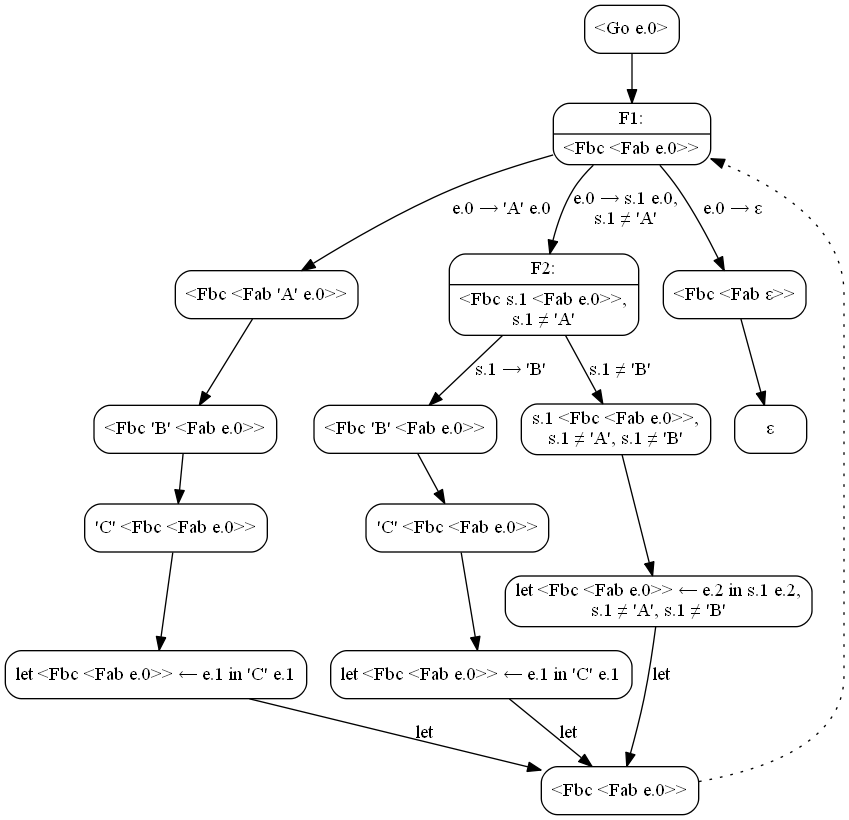
Above: pics/3000-fab-fbc.png in Mazdaywik/mazdaywik.github.io (Graphviz), before the change. Its source is kept beside it as pics/3000-fab-fbc.dot.
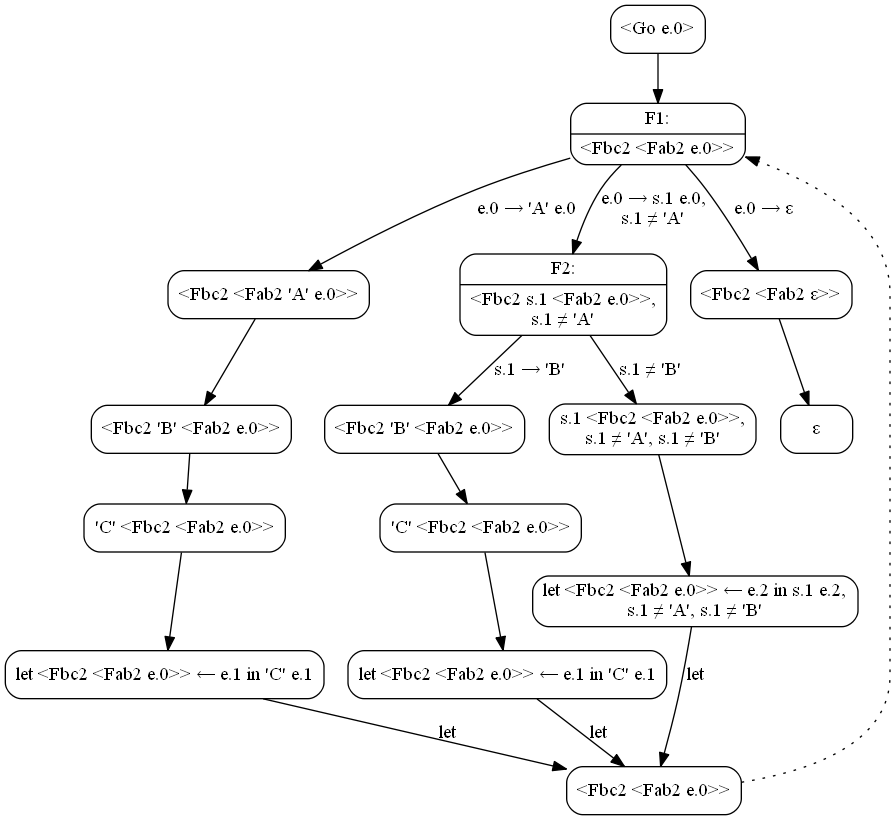
The same file after the commit.

Change to the diagram source:
```diff
@@ -2,34 +2,34 @@
   node [shape=box, style=rounded];
 
   C0 [label="<Go e.0>"];
-  C1 [shape=record, label="{F1:|\<Fbc \<Fab e.0\>\>}"];
+  C1 [shape=record, label="{F1:|\<Fbc2 \<Fab2 e.0\>\>}"];
   C0 -> C1;
-  C2 [label="<Fbc <Fab 'A' e.0>>"];
+  C2 [label="<Fbc2 <Fab2 'A' e.0>>"];
   C1 -> C2 [label="e.0 → 'A' e.0"];
-  C3 [label="<Fbc 'B' <Fab e.0>>"];
+  C3 [label="<Fbc2 'B' <Fab2 e.0>>"];
   C2 -> C3;
-  C4 [label="'C' <Fbc <Fab e.0>>"];
+  C4 [label="'C' <Fbc2 <Fab2 e.0>>"];
   C3 -> C4;
-  C5 [label="let <Fbc <Fab e.0>> ← e.1 in 'C' e.1"];
+  C5 [label="let <Fbc2 <Fab2 e.0>> ← e.1 in 'C' e.1"];
   C4 -> C5;
-  C6 [label="<Fbc <Fab e.0>>"];
+  C6 [label="<Fbc2 <Fab2 e.0>>"];
   C5 -> C6 [label="let"];
   C6 -> C1 [style="dotted"];
-  C7 [shape=record, label="{F2:|\<Fbc s.1 \<Fab e.0\>\>,\ns.1 ≠ 'A'}"];
+  C7 [shape=record, label="{F2:|\<Fbc2 s.1 \<Fab2 e.0\>\>,\ns.1 ≠ 'A'}"];
   C1 -> C7 [label="e.0 → s.1 e.0,\ns.1 ≠ 'A'"];
-  C8 [label="<Fbc 'B' <Fab e.0>>"];
+  C8 [label="<Fbc2 'B' <Fab2 e.0>>"];
   C7 -> C8 [label="s.1 → 'B'"];
-  C9 [label="'C' <Fbc <Fab e.0>>"];
+  C9 [label="'C' <Fbc2 <Fab2 e.0>>"];
   C8 -> C9;
-  C10 [label="let <Fbc <Fab e.0>> ← e.1 in 'C' e.1"];
+  C10 [label="let <Fbc2 <Fab2 e.0>> ← e.1 in 'C' e.1"];
   C9 -> C10;
   C10 -> C6 [label="let"];
-  C11 [label="s.1 <Fbc <Fab e.0>>,\ns.1 ≠ 'A', s.1 ≠ 'B'"];
+  C11 [label="s.1 <Fbc2 <Fab2 e.0>>,\ns.1 ≠ 'A', s.1 ≠ 'B'"];
   C7 -> C11 [label="s.1 ≠ 'B'"];
-  C12 [label="let <Fbc <Fab e.0>> ← e.2 in s.1 e.2,\ns.1 ≠ 'A', s.1 ≠ 'B'"];
+  C12 [label="let <Fbc2 <Fab2 e.0>> ← e.2 in s.1 e.2,\ns.1 ≠ 'A', s.1 ≠ 'B'"];
   C11 -> C12;
   C12 -> C6 [label="let"];
-  C13 [label="<Fbc <Fab ε>>"];
+  C13 [label="<Fbc2 <Fab2 ε>>"];
   C1 -> C13 [label="e.0 → ε"];
   C14 [label="ε"];
   C13 -> C14;
```
